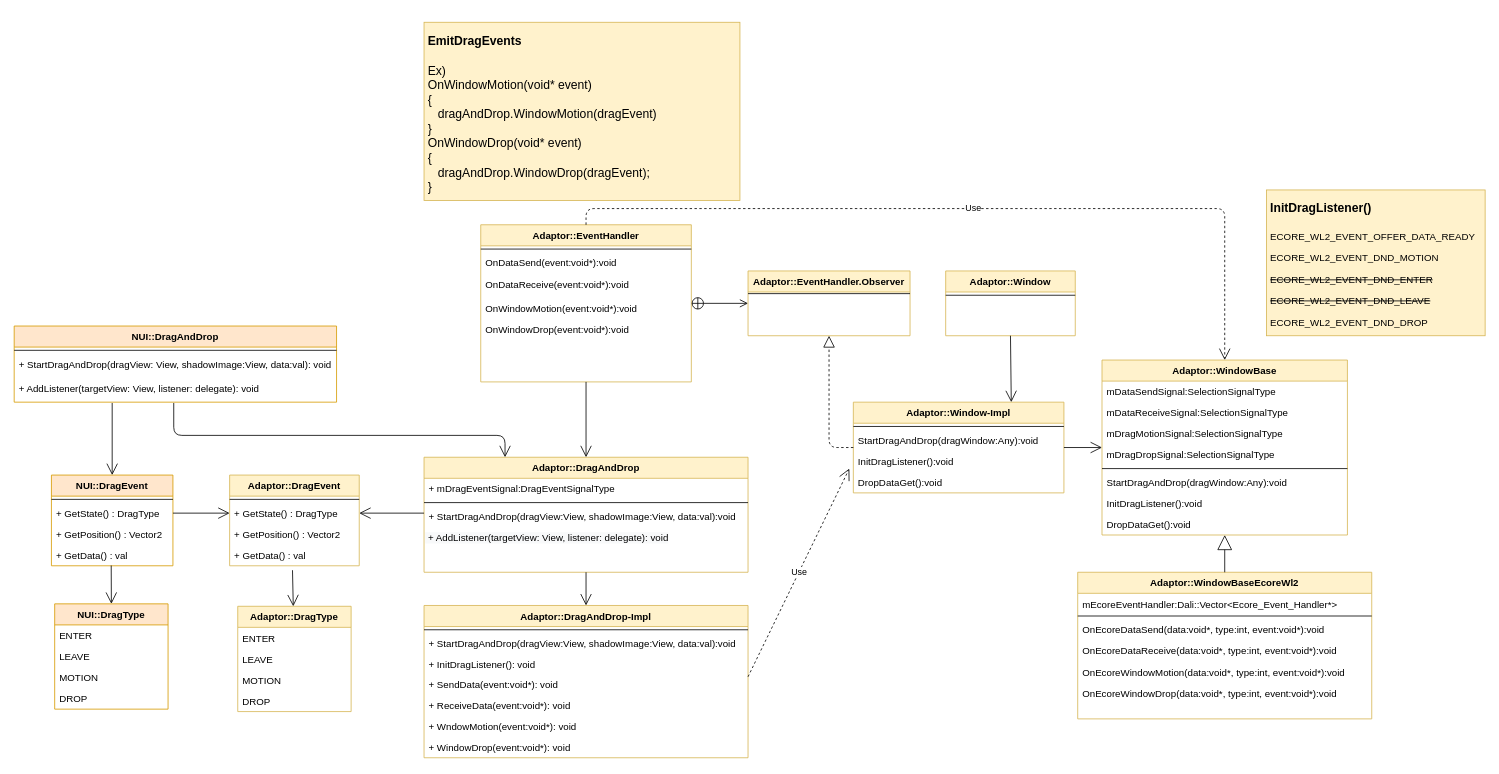
The draw.io diagram page "Page-4" (4 of 10) of Untitled Diagram.drawio in taehyub/drawio, before the edit. Source tidied: cells renumbered, new cells numbered last; positions are measured from the earlier drawing's top-left corner, leaving out a move shared by most shapes. Both pictures are drawn from the tidied source at 81%, with x=0, y=0 at pixel (14, 22).
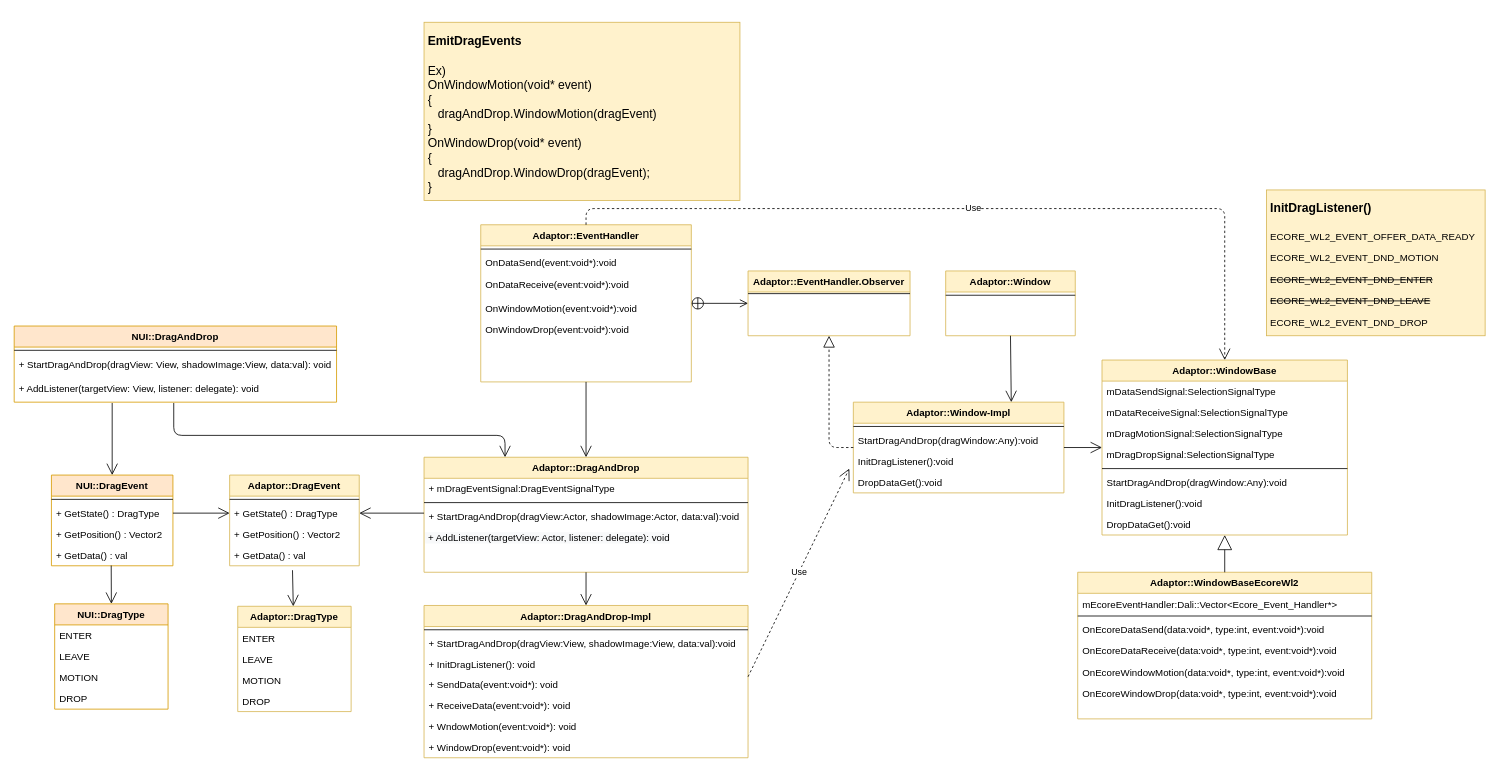
Above is the later version.

The change refers to these unchanged cells:
```xml
<mxCell id="6" value="Adaptor::DragAndDrop" style="swimlane;fontStyle=1;align=center;verticalAlign=top;horizontal=1;startSize=26;rounded=0;shadow=0;strokeWidth=1;fillColor=#fff2cc;strokeColor=#d6b656;" parent="1" vertex="1">
  <mxGeometry x="506" y="537" width="400" height="142" as="geometry" />
</mxCell>
```

The edit, as a diff of the source:
```diff
@@
-    <mxCell id="9" value="+ StartDragAndDrop(dragView:View, shadowImage:View, data:val):void" style="text;strokeColor=none;fillColor=none;align=left;verticalAlign=top;spacingLeft=4;spacingRight=4;overflow=hidden;hachureGap=4;" parent="6" vertex="1">
+    <mxCell id="9" value="+ StartDragAndDrop(dragView:Actor, shadowImage:Actor, data:val):void" style="text;strokeColor=none;fillColor=none;align=left;verticalAlign=top;spacingLeft=4;spacingRight=4;overflow=hidden;hachureGap=4;" parent="6" vertex="1">
       <mxGeometry y="60" width="400" height="26" as="geometry" />
     </mxCell>
-    <mxCell id="10" value="&lt;span style=&quot;color: rgb(0 , 0 , 0) ; font-family: &amp;#34;helvetica&amp;#34; ; font-size: 12px ; font-style: normal ; font-weight: 400 ; letter-spacing: normal ; text-align: left ; text-indent: 0px ; text-transform: none ; word-spacing: 0px ; background-color: rgb(248 , 249 , 250) ; display: inline ; float: none&quot;&gt;&amp;nbsp;+ AddListener(targetView: View, listener: delegate): void&lt;/span&gt;" style="text;whiteSpace=wrap;html=1;" parent="6" vertex="1">
+    <mxCell id="10" value="&lt;span style=&quot;color: rgb(0 , 0 , 0) ; font-family: &amp;#34;helvetica&amp;#34; ; font-size: 12px ; font-style: normal ; font-weight: 400 ; letter-spacing: normal ; text-align: left ; text-indent: 0px ; text-transform: none ; word-spacing: 0px ; background-color: rgb(248 , 249 , 250) ; display: inline ; float: none&quot;&gt;&amp;nbsp;+ AddListener(targetView: Actor, listener: delegate): void&lt;/span&gt;" style="text;whiteSpace=wrap;html=1;" parent="6" vertex="1">
       <mxGeometry y="86" width="400" height="30" as="geometry" />
     </mxCell>
```
